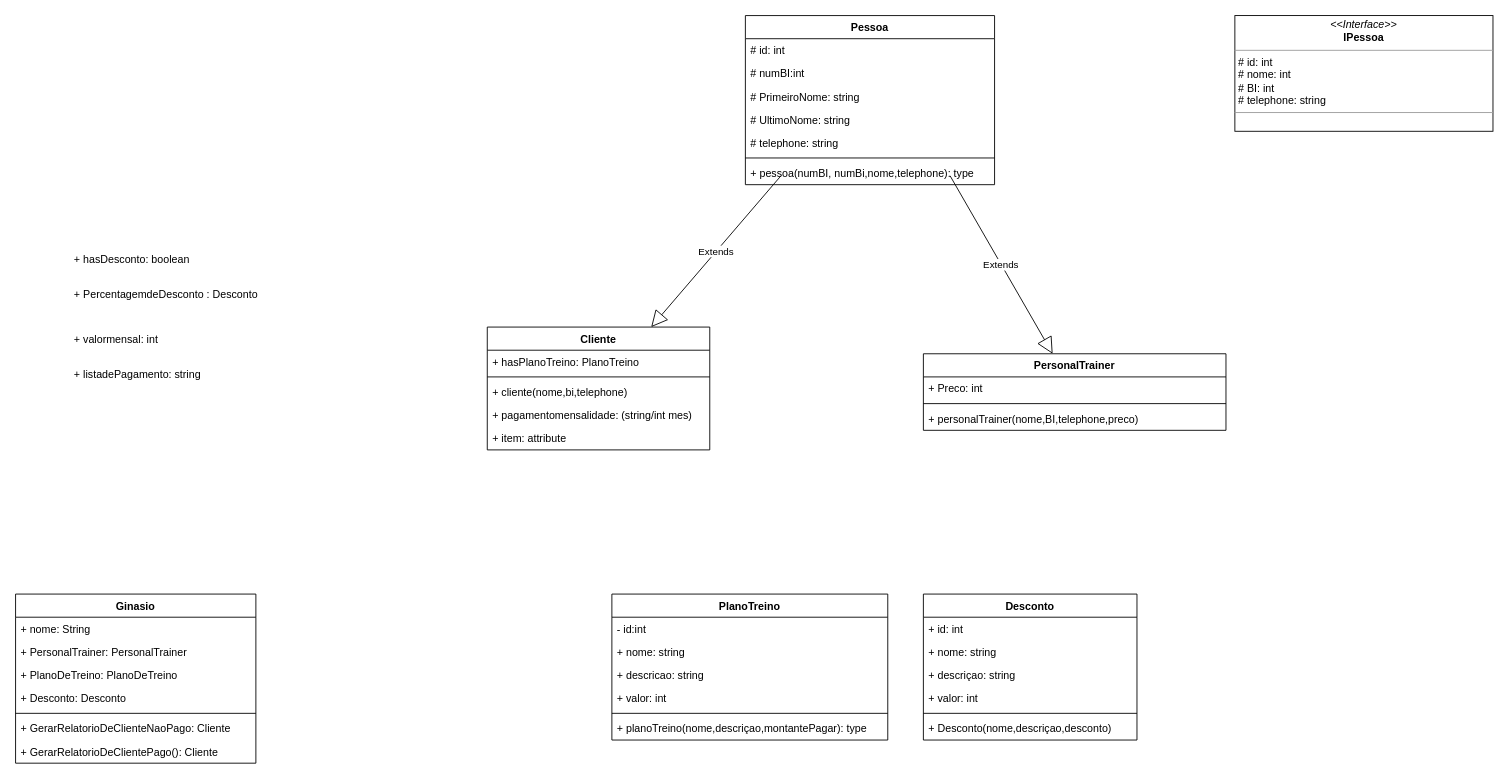
bosshentai/ginasio keeps this draw.io diagram as page "Class" (2 of 2) of diagrams/UCase.drawio. Above is the earlier version. Source tidied: cells renumbered, new cells numbered last; positions are measured from the earlier drawing's top-left corner, leaving out a move shared by most shapes. Both pictures are drawn from the tidied source at 89%, with x=0, y=0 at pixel (15, 15).
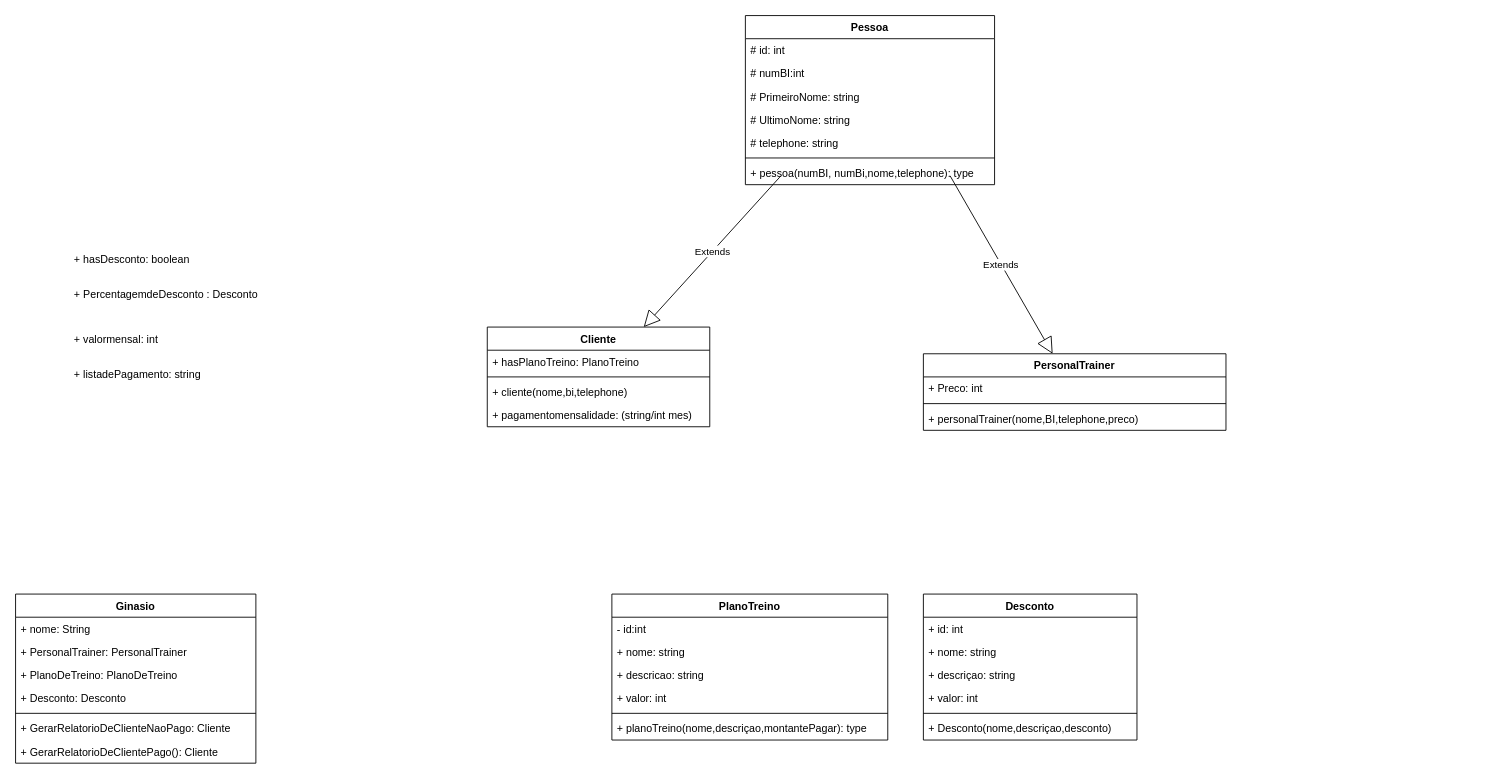
After the change.

What changed in the source:
```diff
@@
-    <mxCell id="2" value="&lt;p style=&quot;margin: 0px ; margin-top: 4px ; text-align: center&quot;&gt;&lt;i&gt;&amp;lt;&amp;lt;Interface&amp;gt;&amp;gt;&lt;/i&gt;&lt;br&gt;&lt;b&gt;IPessoa&lt;/b&gt;&lt;/p&gt;&lt;hr size=&quot;1&quot;&gt;&lt;p style=&quot;margin: 0px ; margin-left: 4px&quot;&gt;# id: int&lt;br&gt;# nome: int&lt;/p&gt;&lt;p style=&quot;margin: 0px ; margin-left: 4px&quot;&gt;# BI: int&lt;/p&gt;&lt;p style=&quot;margin: 0px ; margin-left: 4px&quot;&gt;# telephone: string&lt;/p&gt;&lt;hr size=&quot;1&quot;&gt;&lt;p style=&quot;margin: 0px ; margin-left: 4px&quot;&gt;&lt;br&gt;&lt;/p&gt;" style="verticalAlign=top;align=left;overflow=fill;fontSize=12;fontFamily=Helvetica;html=1;" parent="1" vertex="1">
-      <mxGeometry x="1370" width="290" height="130" as="geometry" />
-    </mxCell>
     <mxCell id="3" value="Cliente" style="swimlane;fontStyle=1;align=center;verticalAlign=top;horizontal=1;startSize=26;" parent="1" vertex="1">
-      <mxGeometry x="530" y="350" width="250" height="138" as="geometry" />
+      <mxGeometry x="530" y="350" width="250" height="112" as="geometry" />
     </mxCell>
@@
-    <mxCell id="8" value="+ item: attribute" style="text;strokeColor=none;fillColor=none;align=left;verticalAlign=top;spacingLeft=4;spacingRight=4;overflow=hidden;" parent="3" vertex="1">
-      <mxGeometry y="112" width="250" height="26" as="geometry" />
-    </mxCell>
```
